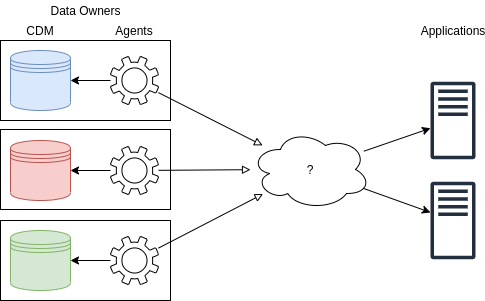
Above: figs/04-extraction-update/overall-arch.png in aspedrosa/masters-thesis (draw.io), before the change. Source tidied: cells renumbered, new cells last; positions are measured from the earlier drawing's top-left corner, leaving out a move shared by most shapes. Its diagram source:
```xml
<mxGraphModel>
  <root>
    <mxCell id="0" />
    <mxCell id="1" parent="0" />
    <mxCell id="2" style="rounded=0;whiteSpace=wrap;html=1;" parent="1" vertex="1">
      <mxGeometry y="220" width="170" height="80" as="geometry" />
    </mxCell>
    <mxCell id="3" style="rounded=0;whiteSpace=wrap;html=1;" parent="1" vertex="1">
      <mxGeometry y="129" width="170" height="80" as="geometry" />
    </mxCell>
    <mxCell id="4" style="rounded=0;whiteSpace=wrap;html=1;" parent="1" vertex="1">
      <mxGeometry y="40" width="170" height="80" as="geometry" />
    </mxCell>
    <mxCell id="5" style="shape=datastore;whiteSpace=wrap;html=1;fillColor=#dae8fc;strokeColor=#6c8ebf;" parent="1" vertex="1">
      <mxGeometry x="10" y="50" width="60" height="60" as="geometry" />
    </mxCell>
    <mxCell id="6" style="edgeStyle=orthogonalEdgeStyle;rounded=0;jettySize=auto;html=1;" parent="1" edge="1" source="7" target="5">
      <mxGeometry relative="1" as="geometry" />
    </mxCell>
    <mxCell id="7" style="sketch=0;shadow=0;dashed=0;html=1;labelPosition=center;verticalLabelPosition=bottom;verticalAlign=top;outlineConnect=0;align=center;shape=mxgraph.office.concepts.settings;" parent="1" vertex="1">
      <mxGeometry x="110" y="56" width="48" height="48" as="geometry" />
    </mxCell>
    <mxCell id="8" style="sketch=0;outlineConnect=0;fontColor=#232F3E;gradientColor=none;fillColor=#232F3E;strokeColor=none;dashed=0;verticalLabelPosition=bottom;verticalAlign=top;align=center;html=1;fontSize=12;fontStyle=0;shape=mxgraph.aws4.traditional_server;" parent="1" vertex="1">
      <mxGeometry x="430" y="81" width="45" height="78" as="geometry" />
    </mxCell>
    <mxCell id="9" style="shape=datastore;whiteSpace=wrap;html=1;fillColor=#f8cecc;strokeColor=#b85450;" parent="1" vertex="1">
      <mxGeometry x="10" y="140" width="60" height="60" as="geometry" />
    </mxCell>
    <mxCell id="10" style="edgeStyle=orthogonalEdgeStyle;rounded=0;jettySize=auto;html=1;" parent="1" edge="1" source="12" target="9">
      <mxGeometry relative="1" as="geometry" />
    </mxCell>
    <mxCell id="11" style="edgeStyle=none;rounded=0;jettySize=auto;html=1;endArrow=block;endFill=0;" parent="1" edge="1" source="12" target="20">
      <mxGeometry relative="1" as="geometry" />
    </mxCell>
    <mxCell id="12" style="sketch=0;shadow=0;dashed=0;html=1;labelPosition=center;verticalLabelPosition=bottom;verticalAlign=top;outlineConnect=0;align=center;shape=mxgraph.office.concepts.settings;" parent="1" vertex="1">
      <mxGeometry x="110" y="146" width="48" height="48" as="geometry" />
    </mxCell>
    <mxCell id="13" style="shape=datastore;whiteSpace=wrap;html=1;fillColor=#d5e8d4;strokeColor=#82b366;" parent="1" vertex="1">
      <mxGeometry x="10" y="230" width="60" height="60" as="geometry" />
    </mxCell>
    <mxCell id="14" style="edgeStyle=orthogonalEdgeStyle;rounded=0;jettySize=auto;html=1;" parent="1" edge="1" source="15" target="13">
      <mxGeometry relative="1" as="geometry" />
    </mxCell>
    <mxCell id="15" style="sketch=0;shadow=0;dashed=0;html=1;labelPosition=center;verticalLabelPosition=bottom;verticalAlign=top;outlineConnect=0;align=center;shape=mxgraph.office.concepts.settings;" parent="1" vertex="1">
      <mxGeometry x="110" y="236" width="48" height="48" as="geometry" />
    </mxCell>
    <mxCell id="16" style="sketch=0;outlineConnect=0;fontColor=#232F3E;gradientColor=none;fillColor=#232F3E;strokeColor=none;dashed=0;verticalLabelPosition=bottom;verticalAlign=top;align=center;html=1;fontSize=12;fontStyle=0;shape=mxgraph.aws4.traditional_server;" parent="1" vertex="1">
      <mxGeometry x="430" y="181" width="45" height="78" as="geometry" />
    </mxCell>
    <mxCell id="17" style="rounded=0;jettySize=auto;html=1;endArrow=block;endFill=0;" parent="1" edge="1" source="7" target="20">
      <mxGeometry relative="1" as="geometry" />
    </mxCell>
    <mxCell id="18" style="rounded=0;jettySize=auto;html=1;endArrow=block;endFill=0;" parent="1" edge="1" source="15" target="20">
      <mxGeometry relative="1" as="geometry" />
    </mxCell>
    <mxCell id="19" style="rounded=0;jettySize=auto;html=1;" parent="1" edge="1" source="20" target="8">
      <mxGeometry relative="1" as="geometry" />
    </mxCell>
    <mxCell id="20" value="?" style="ellipse;shape=cloud;whiteSpace=wrap;html=1;" parent="1" vertex="1">
      <mxGeometry x="250" y="129" width="120" height="80" as="geometry" />
    </mxCell>
    <mxCell id="21" style="rounded=0;jettySize=auto;html=1;" parent="1" edge="1" source="20" target="16">
      <mxGeometry relative="1" as="geometry" />
    </mxCell>
    <mxCell id="22" value="CDM" style="text;html=1;strokeColor=none;fillColor=none;align=center;verticalAlign=middle;whiteSpace=wrap;rounded=0;" parent="1" vertex="1">
      <mxGeometry x="20" y="20" width="40" height="20" as="geometry" />
    </mxCell>
    <mxCell id="23" value="Agents" style="text;html=1;strokeColor=none;fillColor=none;align=center;verticalAlign=middle;whiteSpace=wrap;rounded=0;" parent="1" vertex="1">
      <mxGeometry x="114" y="20" width="40" height="20" as="geometry" />
    </mxCell>
    <mxCell id="24" value="Applications" style="text;html=1;strokeColor=none;fillColor=none;align=center;verticalAlign=middle;whiteSpace=wrap;rounded=0;" parent="1" vertex="1">
      <mxGeometry x="432.5" y="20" width="40" height="20" as="geometry" />
    </mxCell>
    <mxCell id="25" value="Data Owners" style="text;html=1;strokeColor=none;fillColor=none;align=center;verticalAlign=middle;whiteSpace=wrap;rounded=0;" parent="1" vertex="1">
      <mxGeometry x="37.5" width="95" height="20" as="geometry" />
    </mxCell>
  </root>
</mxGraphModel>
```
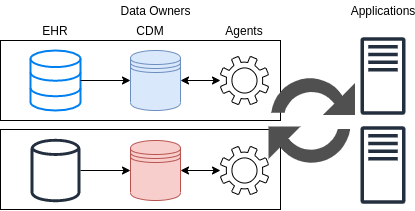
The same diagram one commit later.

The edit, as a diff of the source:
```diff
@@ -2,66 +2,36 @@
   <root>
     <mxCell id="0" />
     <mxCell id="1" parent="0" />
-    <mxCell id="2" style="rounded=0;whiteSpace=wrap;html=1;" parent="1" vertex="1">
-      <mxGeometry y="220" width="170" height="80" as="geometry" />
-    </mxCell>
     <mxCell id="3" style="rounded=0;whiteSpace=wrap;html=1;" parent="1" vertex="1">
-      <mxGeometry y="129" width="170" height="80" as="geometry" />
+      <mxGeometry x="-110" y="129" width="280" height="80" as="geometry" />
     </mxCell>
     <mxCell id="4" style="rounded=0;whiteSpace=wrap;html=1;" parent="1" vertex="1">
-      <mxGeometry y="40" width="170" height="80" as="geometry" />
+      <mxGeometry x="-110" y="40" width="280" height="80" as="geometry" />
     </mxCell>
     <mxCell id="5" style="shape=datastore;whiteSpace=wrap;html=1;fillColor=#dae8fc;strokeColor=#6c8ebf;" parent="1" vertex="1">
-      <mxGeometry x="10" y="50" width="60" height="60" as="geometry" />
+      <mxGeometry x="20" y="50" width="50" height="60" as="geometry" />
     </mxCell>
-    <mxCell id="6" style="edgeStyle=orthogonalEdgeStyle;rounded=0;jettySize=auto;html=1;" parent="1" edge="1" source="7" target="5">
+    <mxCell id="6" style="edgeStyle=orthogonalEdgeStyle;rounded=0;jettySize=auto;html=1;startArrow=classic;startFill=1;" parent="1" edge="1" source="7" target="5">
       <mxGeometry relative="1" as="geometry" />
     </mxCell>
     <mxCell id="7" style="sketch=0;shadow=0;dashed=0;html=1;labelPosition=center;verticalLabelPosition=bottom;verticalAlign=top;outlineConnect=0;align=center;shape=mxgraph.office.concepts.settings;" parent="1" vertex="1">
       <mxGeometry x="110" y="56" width="48" height="48" as="geometry" />
     </mxCell>
     <mxCell id="8" style="sketch=0;outlineConnect=0;fontColor=#232F3E;gradientColor=none;fillColor=#232F3E;strokeColor=none;dashed=0;verticalLabelPosition=bottom;verticalAlign=top;align=center;html=1;fontSize=12;fontStyle=0;shape=mxgraph.aws4.traditional_server;" parent="1" vertex="1">
-      <mxGeometry x="430" y="81" width="45" height="78" as="geometry" />
+      <mxGeometry x="250" y="36.5" width="45" height="78" as="geometry" />
     </mxCell>
     <mxCell id="9" style="shape=datastore;whiteSpace=wrap;html=1;fillColor=#f8cecc;strokeColor=#b85450;" parent="1" vertex="1">
-      <mxGeometry x="10" y="140" width="60" height="60" as="geometry" />
+      <mxGeometry x="20" y="140" width="50" height="60" as="geometry" />
     </mxCell>
-    <mxCell id="10" style="edgeStyle=orthogonalEdgeStyle;rounded=0;jettySize=auto;html=1;" parent="1" edge="1" source="12" target="9">
+    <mxCell id="10" style="edgeStyle=orthogonalEdgeStyle;rounded=0;jettySize=auto;html=1;startArrow=classic;startFill=1;" parent="1" edge="1" source="12" target="9">
       <mxGeometry relative="1" as="geometry" />
     </mxCell>
-    <mxCell id="11" style="edgeStyle=none;rounded=0;jettySize=auto;html=1;endArrow=block;endFill=0;" parent="1" edge="1" source="12" target="20">
-      <mxGeometry relative="1" as="geometry" />
-    </mxCell>
     <mxCell id="12" style="sketch=0;shadow=0;dashed=0;html=1;labelPosition=center;verticalLabelPosition=bottom;verticalAlign=top;outlineConnect=0;align=center;shape=mxgraph.office.concepts.settings;" parent="1" vertex="1">
       <mxGeometry x="110" y="146" width="48" height="48" as="geometry" />
     </mxCell>
-    <mxCell id="13" style="shape=datastore;whiteSpace=wrap;html=1;fillColor=#d5e8d4;strokeColor=#82b366;" parent="1" vertex="1">
-      <mxGeometry x="10" y="230" width="60" height="60" as="geometry" />
-    </mxCell>
-    <mxCell id="14" style="edgeStyle=orthogonalEdgeStyle;rounded=0;jettySize=auto;html=1;" parent="1" edge="1" source="15" target="13">
-      <mxGeometry relative="1" as="geometry" />
-    </mxCell>
-    <mxCell id="15" style="sketch=0;shadow=0;dashed=0;html=1;labelPosition=center;verticalLabelPosition=bottom;verticalAlign=top;outlineConnect=0;align=center;shape=mxgraph.office.concepts.settings;" parent="1" vertex="1">
-      <mxGeometry x="110" y="236" width="48" height="48" as="geometry" />
-    </mxCell>
     <mxCell id="16" style="sketch=0;outlineConnect=0;fontColor=#232F3E;gradientColor=none;fillColor=#232F3E;strokeColor=none;dashed=0;verticalLabelPosition=bottom;verticalAlign=top;align=center;html=1;fontSize=12;fontStyle=0;shape=mxgraph.aws4.traditional_server;" parent="1" vertex="1">
-      <mxGeometry x="430" y="181" width="45" height="78" as="geometry" />
+      <mxGeometry x="250" y="125.5" width="45" height="78" as="geometry" />
     </mxCell>
-    <mxCell id="17" style="rounded=0;jettySize=auto;html=1;endArrow=block;endFill=0;" parent="1" edge="1" source="7" target="20">
-      <mxGeometry relative="1" as="geometry" />
-    </mxCell>
-    <mxCell id="18" style="rounded=0;jettySize=auto;html=1;endArrow=block;endFill=0;" parent="1" edge="1" source="15" target="20">
-      <mxGeometry relative="1" as="geometry" />
-    </mxCell>
-    <mxCell id="19" style="rounded=0;jettySize=auto;html=1;" parent="1" edge="1" source="20" target="8">
-      <mxGeometry relative="1" as="geometry" />
-    </mxCell>
-    <mxCell id="20" value="?" style="ellipse;shape=cloud;whiteSpace=wrap;html=1;" parent="1" vertex="1">
-      <mxGeometry x="250" y="129" width="120" height="80" as="geometry" />
-    </mxCell>
-    <mxCell id="21" style="rounded=0;jettySize=auto;html=1;" parent="1" edge="1" source="20" target="16">
-      <mxGeometry relative="1" as="geometry" />
-    </mxCell>
     <mxCell id="22" value="CDM" style="text;html=1;strokeColor=none;fillColor=none;align=center;verticalAlign=middle;whiteSpace=wrap;rounded=0;" parent="1" vertex="1">
       <mxGeometry x="20" y="20" width="40" height="20" as="geometry" />
     </mxCell>
@@ -69,10 +39,28 @@
       <mxGeometry x="114" y="20" width="40" height="20" as="geometry" />
     </mxCell>
     <mxCell id="24" value="Applications" style="text;html=1;strokeColor=none;fillColor=none;align=center;verticalAlign=middle;whiteSpace=wrap;rounded=0;" parent="1" vertex="1">
-      <mxGeometry x="432.5" y="20" width="40" height="20" as="geometry" />
+      <mxGeometry x="252.5" width="40" height="20" as="geometry" />
     </mxCell>
     <mxCell id="25" value="Data Owners" style="text;html=1;strokeColor=none;fillColor=none;align=center;verticalAlign=middle;whiteSpace=wrap;rounded=0;" parent="1" vertex="1">
-      <mxGeometry x="37.5" width="95" height="20" as="geometry" />
+      <mxGeometry x="-2.5" width="95" height="20" as="geometry" />
     </mxCell>
+    <mxCell id="26" style="sketch=0;shadow=0;dashed=0;html=1;strokeColor=none;labelPosition=center;verticalLabelPosition=bottom;verticalAlign=top;align=center;fillColor=#505050;shape=mxgraph.mscae.intune.update;" parent="1" vertex="1">
+      <mxGeometry x="158" y="75" width="86.4" height="90" as="geometry" />
+    </mxCell>
+    <mxCell id="27" style="html=1;verticalLabelPosition=bottom;align=center;labelBackgroundColor=#ffffff;verticalAlign=top;strokeWidth=2;strokeColor=#0080F0;shadow=0;dashed=0;shape=mxgraph.ios7.icons.data;" parent="1" vertex="1">
+      <mxGeometry x="-80" y="50" width="50" height="60" as="geometry" />
+    </mxCell>
+    <mxCell id="28" style="sketch=0;outlineConnect=0;fontColor=#232F3E;gradientColor=none;fillColor=#232F3E;strokeColor=none;dashed=0;verticalLabelPosition=bottom;verticalAlign=top;align=center;html=1;fontSize=12;fontStyle=0;shape=mxgraph.aws4.generic_database;" parent="1" vertex="1">
+      <mxGeometry x="-80" y="136.9" width="50" height="66.1" as="geometry" />
+    </mxCell>
+    <mxCell id="29" style="rounded=0;jettySize=auto;html=1;startArrow=classic;startFill=1;endArrow=none;endFill=0;" parent="1" edge="1" source="9" target="28">
+      <mxGeometry relative="1" as="geometry" />
+    </mxCell>
+    <mxCell id="30" style="rounded=0;jettySize=auto;html=1;startArrow=classic;startFill=1;endArrow=none;endFill=0;" parent="1" edge="1" source="5" target="27">
+      <mxGeometry relative="1" as="geometry" />
+    </mxCell>
+    <mxCell id="31" value="EHR" style="text;html=1;strokeColor=none;fillColor=none;align=center;verticalAlign=middle;whiteSpace=wrap;rounded=0;" parent="1" vertex="1">
+      <mxGeometry x="-75" y="20" width="40" height="20" as="geometry" />
+    </mxCell>
   </root>
 </mxGraphModel>
```
